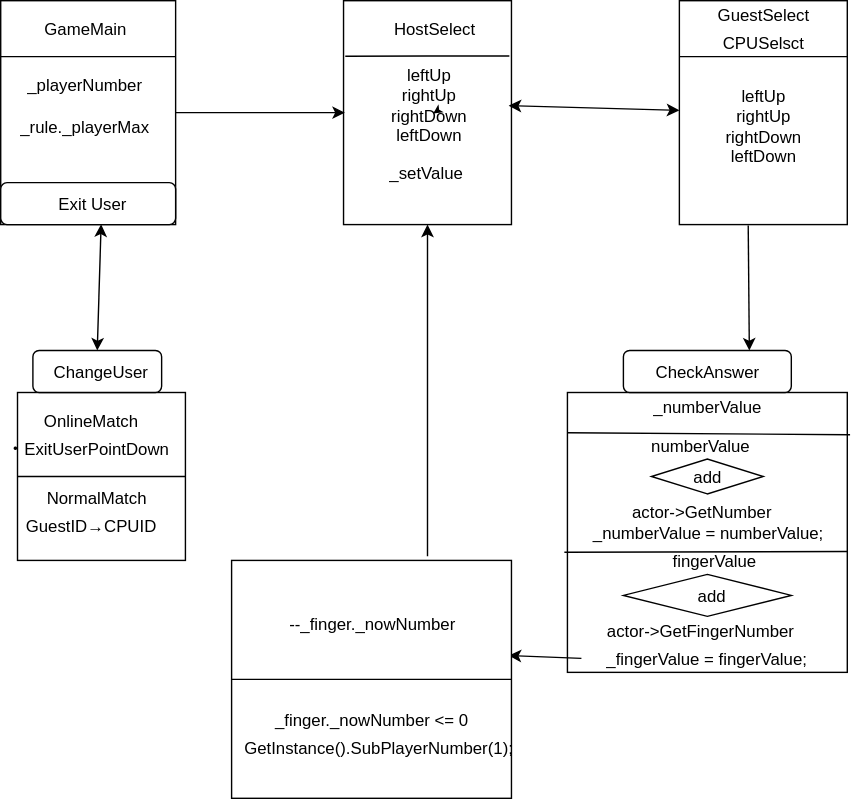
Before: メインクラス図.drawio のコピー.svg, a diagram exported from draw.io (netWork2019WinterMan/netWork2019WinterMan). Source tidied: cells renumbered, new cells last; positions are measured from the earlier drawing's top-left corner, leaving out a move shared by most shapes.
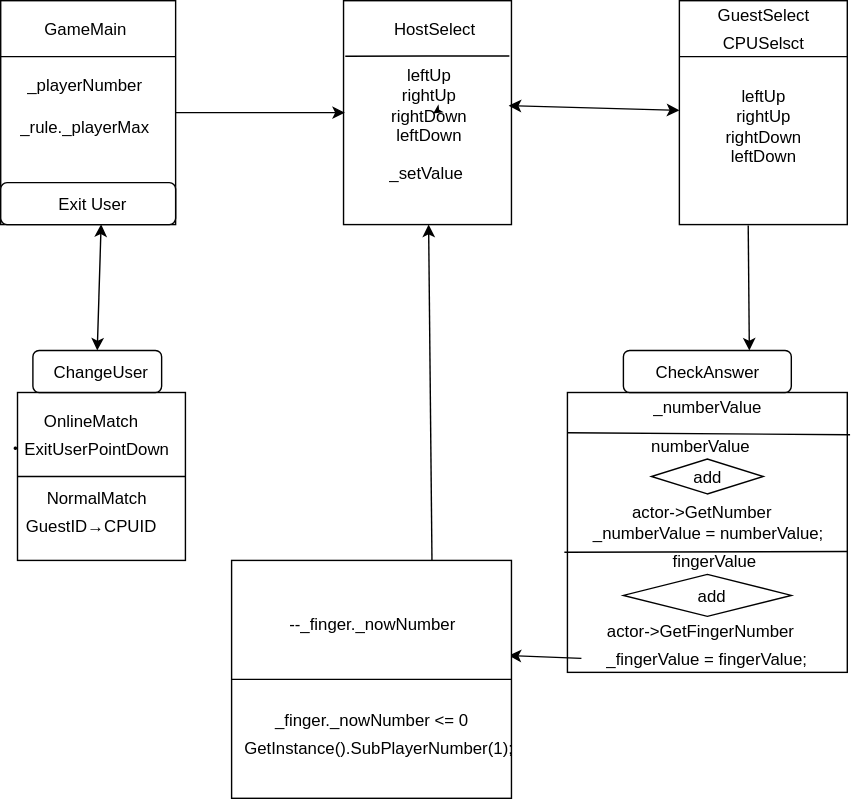
After the commit.

Commit message:
Update メインクラス図.drawio のコピー.svg

Diff of the diagram source:
```diff
@@ -157,10 +157,8 @@
     <mxCell id="49" value="--_finger._nowNumber" style="text;html=1;strokeColor=none;fillColor=none;align=center;verticalAlign=middle;whiteSpace=wrap;rounded=0;" parent="1" vertex="1">
       <mxGeometry x="195" y="435" width="140" height="20" as="geometry" />
     </mxCell>
-    <mxCell id="50" style="endArrow=classic;html=1;" parent="1" edge="1" target="2">
-      <mxGeometry relative="1" as="geometry">
-        <mxPoint x="305" y="397" as="sourcePoint" />
-      </mxGeometry>
+    <mxCell id="50" style="endArrow=classic;html=1;exitX=0.716;exitY=0.002;exitDx=0;exitDy=0;exitPerimeter=0;" parent="1" edge="1" source="48" target="2">
+      <mxGeometry relative="1" as="geometry" />
     </mxCell>
     <mxCell id="51" style="endArrow=none;html=1;entryX=1;entryY=0.5;entryDx=0;entryDy=0;exitX=0;exitY=0.5;exitDx=0;exitDy=0;" parent="1" edge="1" source="48" target="48">
       <mxGeometry relative="1" as="geometry" />
```
